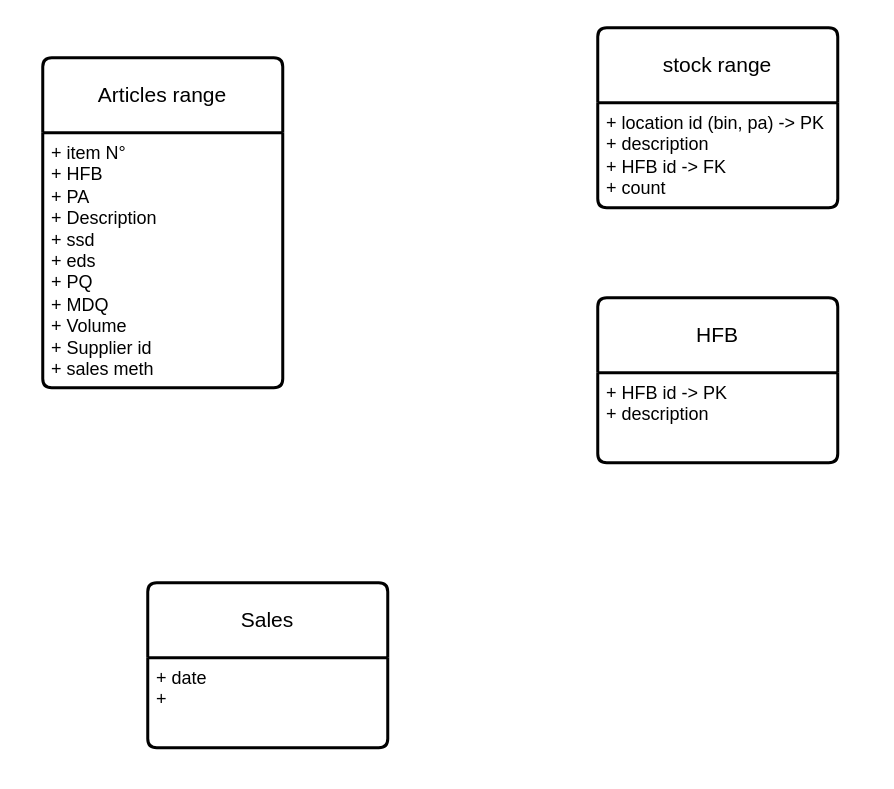
Earlier version of the draw.io diagram Diagramme sans nom.drawio (saadsgh123/learn). Source tidied: cells renumbered, new cells numbered last; positions are measured from the earlier drawing's top-left corner, leaving out a move shared by most shapes. Both pictures are drawn from the tidied source at 150%, with x=0, y=0 at pixel (42, 27).
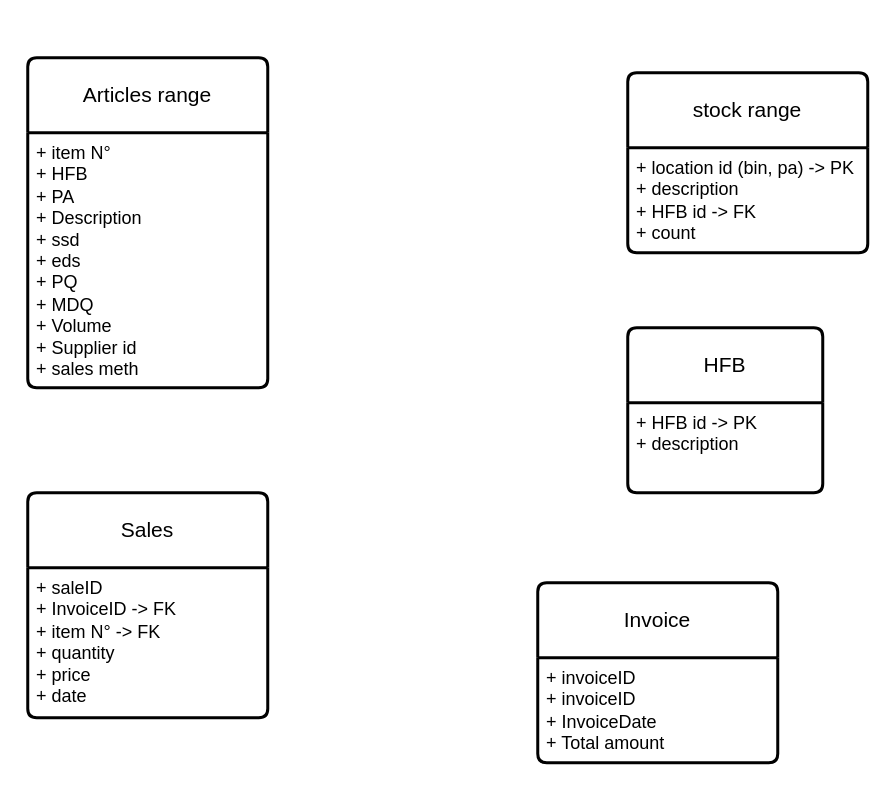
Above is the later version.

Change to the diagram source:
```diff
@@
 <mxGraphModel>
   <root>
     <mxCell id="0" />
     <mxCell id="1" parent="0" />
     <mxCell id="2" value="Articles range" style="swimlane;horizontal=1;startSize=50;rounded=1;fontSize=14;fontStyle=0;strokeWidth=2;shadow=0;dashed=0;align=center;arcSize=4;whiteSpace=wrap;html=1;" parent="1" vertex="1">
-      <mxGeometry y="20" width="160" height="220" as="geometry" />
+      <mxGeometry x="-10" y="20" width="160" height="220" as="geometry" />
     </mxCell>
     <mxCell id="3" value="+ item N°&lt;div&gt;+ HFB&lt;/div&gt;&lt;div&gt;+ PA&lt;/div&gt;&lt;div&gt;+ Description&lt;/div&gt;&lt;div&gt;+ ssd&lt;/div&gt;&lt;div&gt;+ eds&lt;/div&gt;&lt;div&gt;+ PQ&lt;/div&gt;&lt;div&gt;+ MDQ&lt;/div&gt;&lt;div&gt;+ Volume&lt;/div&gt;&lt;div&gt;+ Supplier id&lt;/div&gt;&lt;div&gt;+ sales meth&lt;br&gt;&lt;/div&gt;" style="align=left;strokeColor=none;fillColor=none;spacingLeft=4;fontSize=12;verticalAlign=top;html=1;" parent="2" vertex="1">
       <mxGeometry y="50" width="160" height="170" as="geometry" />
     </mxCell>
     <mxCell id="4" value="stock range" style="swimlane;horizontal=1;startSize=50;rounded=1;fontSize=14;fontStyle=0;strokeWidth=2;shadow=0;dashed=0;align=center;arcSize=4;whiteSpace=wrap;html=1;" parent="1" vertex="1">
-      <mxGeometry x="370" width="160" height="120" as="geometry" />
+      <mxGeometry x="390" y="30" width="160" height="120" as="geometry" />
     </mxCell>
     <mxCell id="5" value="+ location id (bin, pa) -&amp;gt; PK&lt;div&gt;+ description&lt;br&gt;&lt;div&gt;+ HFB id -&amp;gt; FK&lt;/div&gt;&lt;div&gt;+ count&lt;/div&gt;&lt;/div&gt;" style="align=left;strokeColor=none;fillColor=none;spacingLeft=4;fontSize=12;verticalAlign=top;html=1;" parent="4" vertex="1">
       <mxGeometry y="50" width="160" height="70" as="geometry" />
     </mxCell>
     <mxCell id="6" value="HFB" style="swimlane;horizontal=1;startSize=50;rounded=1;fontSize=14;fontStyle=0;strokeWidth=2;shadow=0;dashed=0;align=center;arcSize=4;whiteSpace=wrap;html=1;" parent="1" vertex="1">
-      <mxGeometry x="370" y="180" width="160" height="110" as="geometry" />
+      <mxGeometry x="390" y="200" width="130" height="110" as="geometry" />
     </mxCell>
     <mxCell id="7" value="+ HFB id -&amp;gt; PK&lt;div&gt;+ description&lt;/div&gt;" style="align=left;strokeColor=none;fillColor=none;spacingLeft=4;fontSize=12;verticalAlign=top;html=1;" parent="6" vertex="1">
-      <mxGeometry y="50" width="160" height="60" as="geometry" />
+      <mxGeometry y="50" width="130" height="60" as="geometry" />
     </mxCell>
     <mxCell id="8" value="Sales" style="swimlane;horizontal=1;startSize=50;rounded=1;fontSize=14;fontStyle=0;strokeWidth=2;shadow=0;dashed=0;align=center;arcSize=4;whiteSpace=wrap;html=1;" parent="1" vertex="1">
-      <mxGeometry x="70" y="370" width="160" height="110" as="geometry" />
+      <mxGeometry x="-10" y="310" width="160" height="150" as="geometry" />
     </mxCell>
-    <mxCell id="9" value="+ date&lt;div&gt;+&amp;nbsp; &amp;nbsp;&lt;/div&gt;" style="align=left;strokeColor=none;fillColor=none;spacingLeft=4;fontSize=12;verticalAlign=top;html=1;" parent="8" vertex="1">
-      <mxGeometry y="50" width="160" height="60" as="geometry" />
+    <mxCell id="9" value="+ saleID&lt;div&gt;+ InvoiceID -&amp;gt; FK&lt;/div&gt;&lt;div&gt;+ item N° -&amp;gt; FK&lt;/div&gt;&lt;div&gt;+ quantity&lt;/div&gt;&lt;div&gt;+ price&lt;/div&gt;&lt;div&gt;+ date&lt;/div&gt;" style="align=left;strokeColor=none;fillColor=none;spacingLeft=4;fontSize=12;verticalAlign=top;html=1;" parent="8" vertex="1">
+      <mxGeometry y="50" width="160" height="100" as="geometry" />
     </mxCell>
+    <mxCell id="10" value="Invoice" style="swimlane;horizontal=1;startSize=50;rounded=1;fontSize=14;fontStyle=0;strokeWidth=2;shadow=0;dashed=0;align=center;arcSize=4;whiteSpace=wrap;html=1;" parent="1" vertex="1">
+      <mxGeometry x="330" y="370" width="160" height="120" as="geometry" />
+    </mxCell>
+    <mxCell id="11" value="+ invoiceID&lt;div&gt;+ invoiceID&lt;/div&gt;&lt;div&gt;+ InvoiceDate&lt;/div&gt;&lt;div&gt;+ Total amount&lt;/div&gt;" style="align=left;strokeColor=none;fillColor=none;spacingLeft=4;fontSize=12;verticalAlign=top;html=1;" parent="10" vertex="1">
+      <mxGeometry y="50" width="160" height="70" as="geometry" />
+    </mxCell>
   </root>
 </mxGraphModel>
```
